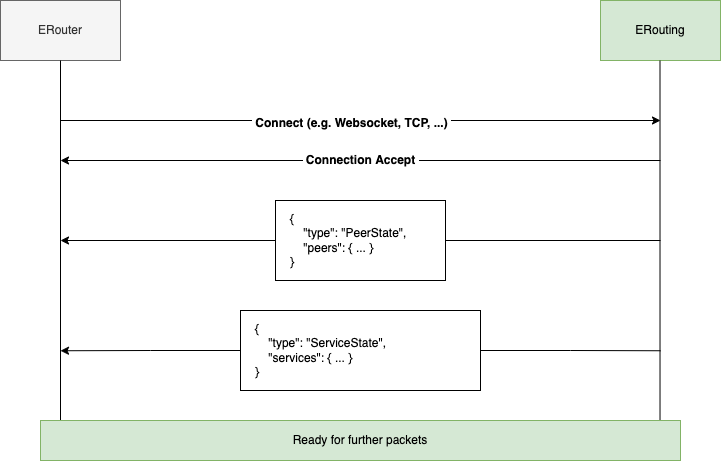
The draw.io diagram doc/erouting_conn.drawio.png in dtn7/dtn7-rs, before a commit. Source tidied: cells renumbered, new cells last; positions are measured from the earlier drawing's top-left corner, leaving out a move shared by most shapes. Source of this version:
```xml
<mxGraphModel>
  <root>
    <mxCell id="0" />
    <mxCell id="1" parent="0" />
    <mxCell id="2" value="ERouter" style="rounded=0;whiteSpace=wrap;html=1;fillColor=#f5f5f5;fontColor=#333333;strokeColor=#666666;" parent="1" vertex="1">
      <mxGeometry width="120" height="60" as="geometry" />
    </mxCell>
    <mxCell id="3" value="ERouting" style="rounded=0;whiteSpace=wrap;html=1;fillColor=#d5e8d4;strokeColor=#82b366;" parent="1" vertex="1">
      <mxGeometry x="600" width="120" height="60" as="geometry" />
    </mxCell>
    <mxCell id="4" style="endArrow=none;html=1;rounded=0;fontSize=12;" parent="1" edge="1">
      <mxGeometry relative="1" as="geometry">
        <mxPoint x="60" y="460" as="sourcePoint" />
        <mxPoint x="60" y="60" as="targetPoint" />
      </mxGeometry>
    </mxCell>
    <mxCell id="5" style="endArrow=none;html=1;rounded=0;fontSize=12;exitX=0.968;exitY=0;exitDx=0;exitDy=0;exitPerimeter=0;" parent="1" edge="1" source="12">
      <mxGeometry relative="1" as="geometry">
        <mxPoint x="659.5" y="60" as="targetPoint" />
      </mxGeometry>
    </mxCell>
    <mxCell id="6" style="endArrow=classic;html=1;rounded=0;fontSize=12;" parent="1" edge="1">
      <mxGeometry relative="1" as="geometry">
        <mxPoint x="60" y="120" as="sourcePoint" />
        <mxPoint x="660" y="120" as="targetPoint" />
      </mxGeometry>
    </mxCell>
    <mxCell id="7" value="&amp;nbsp;Connect (e.g. Websocket, TCP, ...)&amp;nbsp;" style="edgeLabel;html=1;align=center;verticalAlign=middle;fontSize=12;fontStyle=1;" parent="6" vertex="1">
      <mxGeometry x="-0.03" y="-2" relative="1" as="geometry" />
    </mxCell>
    <mxCell id="8" value="&amp;nbsp;Connection Accept&amp;nbsp;" style="endArrow=classic;html=1;rounded=0;fontSize=12;fontStyle=1;" parent="1" edge="1">
      <mxGeometry relative="1" as="geometry">
        <mxPoint x="660" y="160" as="sourcePoint" />
        <mxPoint x="60" y="160" as="targetPoint" />
      </mxGeometry>
    </mxCell>
    <mxCell id="9" style="endArrow=none;html=1;rounded=0;fontSize=12;startArrow=none;endFill=0;" parent="1" edge="1" source="10">
      <mxGeometry relative="1" as="geometry">
        <mxPoint x="660" y="240" as="targetPoint" />
      </mxGeometry>
    </mxCell>
    <mxCell id="10" value="{&lt;br&gt;&amp;nbsp; &amp;nbsp; &quot;type&quot;: &quot;PeerState&quot;,&lt;br&gt;&amp;nbsp; &amp;nbsp; &quot;peers&quot;: { ... }&lt;br&gt;}" style="rounded=0;whiteSpace=wrap;html=1;labelBackgroundColor=none;labelBorderColor=none;fontSize=12;strokeColor=default;fillColor=default;gradientColor=none;align=left;verticalAlign=middle;spacing=15;" parent="1" vertex="1">
      <mxGeometry x="275" y="200" width="170" height="80" as="geometry" />
    </mxCell>
    <mxCell id="11" style="endArrow=none;html=1;rounded=0;fontSize=12;startArrow=classic;startFill=1;" parent="1" edge="1" target="10">
      <mxGeometry relative="1" as="geometry">
        <mxPoint x="60" y="240" as="sourcePoint" />
      </mxGeometry>
    </mxCell>
    <mxCell id="12" value="Ready for further packets" style="rounded=0;whiteSpace=wrap;html=1;labelBackgroundColor=none;labelBorderColor=none;fontSize=12;strokeColor=#82b366;fillColor=#d5e8d4;align=center;verticalAlign=middle;" parent="1" vertex="1">
      <mxGeometry x="40" y="420" width="640" height="40" as="geometry" />
    </mxCell>
    <mxCell id="13" style="edgeStyle=orthogonalEdgeStyle;rounded=0;jettySize=auto;html=1;exitX=0;exitY=0.5;exitDx=0;exitDy=0;" parent="1" edge="1" source="15">
      <mxGeometry relative="1" as="geometry">
        <mxPoint x="60" y="350.2" as="targetPoint" />
      </mxGeometry>
    </mxCell>
    <mxCell id="14" style="edgeStyle=orthogonalEdgeStyle;rounded=0;jettySize=auto;html=1;exitX=1;exitY=0.5;exitDx=0;exitDy=0;endArrow=none;endFill=0;" parent="1" edge="1" source="15">
      <mxGeometry relative="1" as="geometry">
        <mxPoint x="660" y="350.2" as="targetPoint" />
      </mxGeometry>
    </mxCell>
    <mxCell id="15" value="{&lt;br&gt;&amp;nbsp; &amp;nbsp; &quot;type&quot;: &quot;ServiceState&quot;,&lt;br&gt;&amp;nbsp; &amp;nbsp; &quot;services&quot;: { ... }&lt;br&gt;}" style="rounded=0;whiteSpace=wrap;html=1;labelBackgroundColor=none;labelBorderColor=none;fontSize=12;strokeColor=default;fillColor=default;gradientColor=none;align=left;verticalAlign=middle;spacing=15;" parent="1" vertex="1">
      <mxGeometry x="240" y="310" width="240" height="80" as="geometry" />
    </mxCell>
  </root>
</mxGraphModel>
```
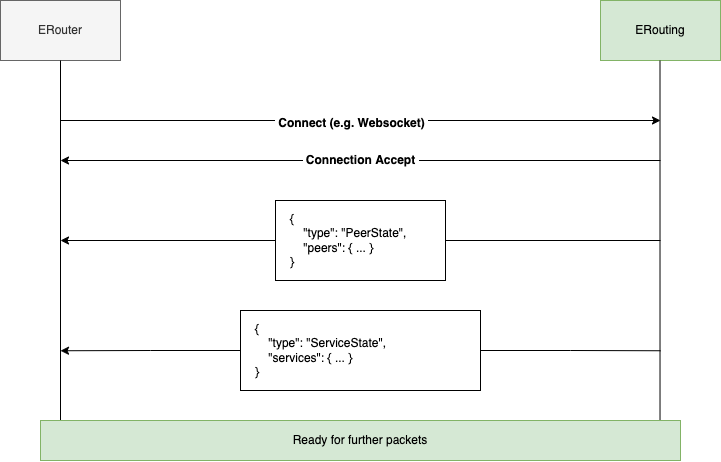
After the change.

Commit message:
chore: fixed text in erouting image

What changed in the source:
```diff
@@ -25,7 +25,7 @@
         <mxPoint x="660" y="120" as="targetPoint" />
       </mxGeometry>
     </mxCell>
-    <mxCell id="7" value="&amp;nbsp;Connect (e.g. Websocket, TCP, ...)&amp;nbsp;" style="edgeLabel;html=1;align=center;verticalAlign=middle;fontSize=12;fontStyle=1;" parent="6" vertex="1">
+    <mxCell id="7" value="&amp;nbsp;Connect (e.g. Websocket)&amp;nbsp;" style="edgeLabel;html=1;align=center;verticalAlign=middle;fontSize=12;fontStyle=1;" parent="6" vertex="1">
       <mxGeometry x="-0.03" y="-2" relative="1" as="geometry" />
     </mxCell>
     <mxCell id="8" value="&amp;nbsp;Connection Accept&amp;nbsp;" style="endArrow=classic;html=1;rounded=0;fontSize=12;fontStyle=1;" parent="1" edge="1">
```
